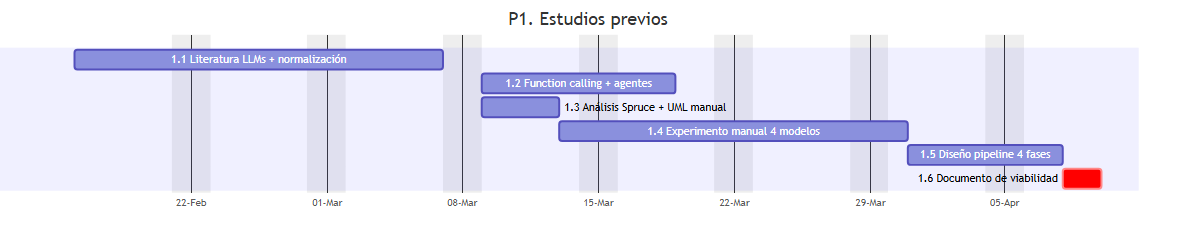
Before: memoria/assets/png/fig-02-4.png, a diagram exported from Mermaid (git-uni/llms-normalization-bd-models-tool). Its source is kept beside it as memoria/assets/mmd/fig-02-4.mmd.
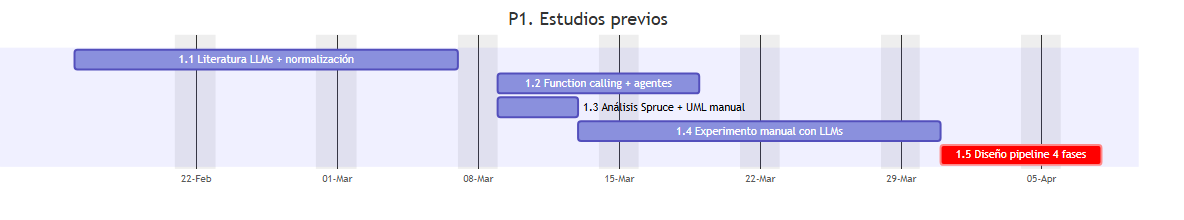
The same file after the commit.

Commit message:
memoria cap02: quita entregables PMBOK inventados (documento de viabilidad, actas)

Change to the diagram source:
```diff
@@ -7,6 +7,5 @@
     1.1 Literatura LLMs + normalización  :a1, 2026-02-16, 15d
     1.2 Function calling + agentes       :a2, after a1, 8d
     1.3 Análisis Spruce + UML manual     :a3, after a1, 4d
-    1.4 Experimento manual 4 modelos     :a4, after a3, 12d
-    1.5 Diseño pipeline 4 fases          :a5, after a4, 6d
-    1.6 Documento de viabilidad          :crit, a6, after a5, 2d
+    1.4 Experimento manual con LLMs      :a4, after a3, 12d
+    1.5 Diseño pipeline 4 fases          :crit, a5, after a4, 6d
```
